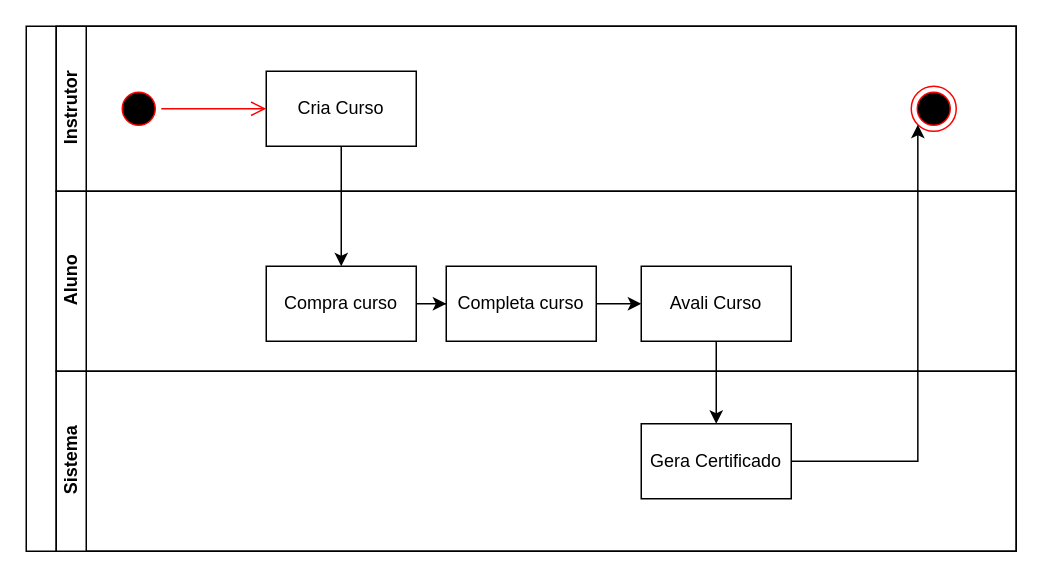
The draw.io diagram docs/Atividade.drawio in MikalROn/Delphos, before the edit. Source tidied: cells renumbered, new cells numbered last; positions are measured from the earlier drawing's top-left corner, leaving out a move shared by most shapes. Both pictures are drawn from the tidied source at 150%, with x=0, y=0 at pixel (26, 26).
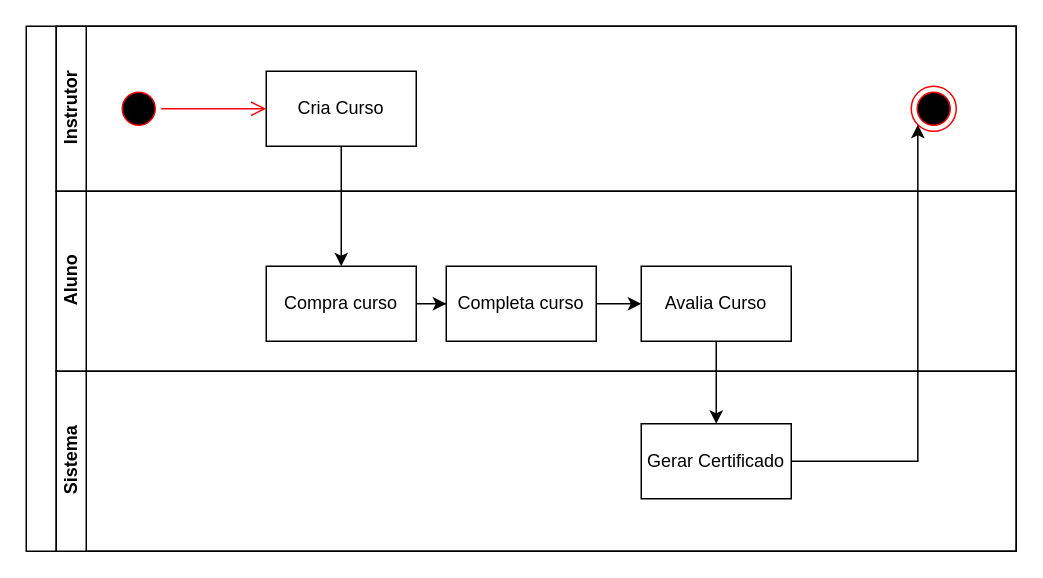
After the change.

What changed in the source:
```diff
@@
 <mxGraphModel>
   <root>
     <mxCell id="0" />
     <mxCell id="1" parent="0" />
     <mxCell id="2" style="swimlane;html=1;horizontal=0;startSize=20;" parent="1" vertex="1">
       <mxGeometry width="660" height="350" as="geometry" />
     </mxCell>
     <mxCell id="3" value="Instrutor" style="swimlane;html=1;startSize=20;horizontal=0;" parent="2" vertex="1">
       <mxGeometry x="20" width="640" height="110" as="geometry" />
     </mxCell>
     <mxCell id="4" style="ellipse;html=1;shape=startState;fillColor=#000000;strokeColor=#ff0000;" parent="3" vertex="1">
       <mxGeometry x="40" y="40" width="30" height="30" as="geometry" />
     </mxCell>
     <mxCell id="5" value="Cria Curso" style="html=1;dashed=0;whiteSpace=wrap;" parent="3" vertex="1">
       <mxGeometry x="140" y="30" width="100" height="50" as="geometry" />
     </mxCell>
     <mxCell id="6" style="edgeStyle=orthogonalEdgeStyle;html=1;verticalAlign=bottom;endArrow=open;endSize=8;strokeColor=#ff0000;rounded=0;" parent="3" edge="1" source="4" target="5">
       <mxGeometry relative="1" as="geometry" />
     </mxCell>
     <mxCell id="7" style="ellipse;html=1;shape=endState;fillColor=#000000;strokeColor=#ff0000;" parent="3" vertex="1">
       <mxGeometry x="570" y="40" width="30" height="30" as="geometry" />
     </mxCell>
     <mxCell id="8" style="edgeStyle=orthogonalEdgeStyle;rounded=0;jettySize=auto;html=1;" parent="2" edge="1" source="5" target="11">
       <mxGeometry relative="1" as="geometry" />
     </mxCell>
     <mxCell id="9" value="Aluno" style="swimlane;html=1;startSize=20;horizontal=0;" parent="2" vertex="1">
       <mxGeometry x="20" y="110" width="640" height="120" as="geometry" />
     </mxCell>
     <mxCell id="10" style="edgeStyle=orthogonalEdgeStyle;rounded=0;jettySize=auto;html=1;" parent="9" edge="1" source="11" target="13">
       <mxGeometry relative="1" as="geometry" />
     </mxCell>
     <mxCell id="11" value="Compra curso" style="html=1;dashed=0;whiteSpace=wrap;" parent="9" vertex="1">
       <mxGeometry x="140" y="50" width="100" height="50" as="geometry" />
     </mxCell>
     <mxCell id="12" style="edgeStyle=orthogonalEdgeStyle;rounded=0;jettySize=auto;html=1;" parent="9" edge="1" source="13" target="14">
       <mxGeometry relative="1" as="geometry" />
     </mxCell>
     <mxCell id="13" value="Completa curso" style="html=1;dashed=0;whiteSpace=wrap;" parent="9" vertex="1">
       <mxGeometry x="260" y="50" width="100" height="50" as="geometry" />
     </mxCell>
-    <mxCell id="14" value="Avali Curso" style="html=1;dashed=0;whiteSpace=wrap;" parent="9" vertex="1">
+    <mxCell id="14" value="Avalia Curso" style="html=1;dashed=0;whiteSpace=wrap;" parent="9" vertex="1">
       <mxGeometry x="390" y="50" width="100" height="50" as="geometry" />
     </mxCell>
     <mxCell id="15" value="Sistema" style="swimlane;html=1;startSize=20;horizontal=0;" parent="2" vertex="1">
       <mxGeometry x="20" y="230" width="640" height="120" as="geometry" />
     </mxCell>
-    <mxCell id="16" value="Gera Certificado" style="html=1;dashed=0;whiteSpace=wrap;" parent="15" vertex="1">
+    <mxCell id="16" value="Gerar Certificado" style="html=1;dashed=0;whiteSpace=wrap;" parent="15" vertex="1">
       <mxGeometry x="390" y="35" width="100" height="50" as="geometry" />
     </mxCell>
     <mxCell id="17" style="edgeStyle=orthogonalEdgeStyle;rounded=0;jettySize=auto;html=1;" parent="2" edge="1" source="14" target="16">
       <mxGeometry relative="1" as="geometry" />
     </mxCell>
     <mxCell id="18" style="edgeStyle=orthogonalEdgeStyle;rounded=0;jettySize=auto;html=1;entryX=0;entryY=1;entryDx=0;entryDy=0;" parent="2" edge="1" source="16" target="7">
       <mxGeometry relative="1" as="geometry" />
     </mxCell>
   </root>
 </mxGraphModel>
```
